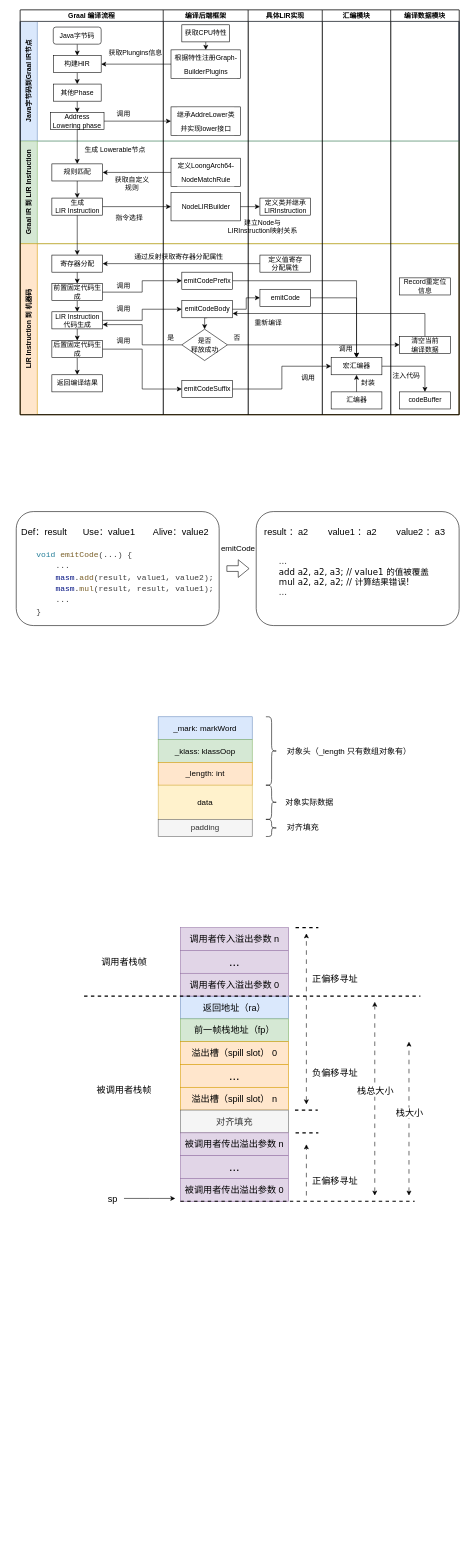
Earlier version of the draw.io diagram GraalCompiler.drawio (f123888/Draw.IO). Source tidied: cells renumbered, new cells numbered last; positions are measured from the earlier drawing's top-left corner, leaving out a move shared by most shapes. Both pictures are drawn from the tidied source at 57%, with x=0, y=0 at pixel (10, 10).
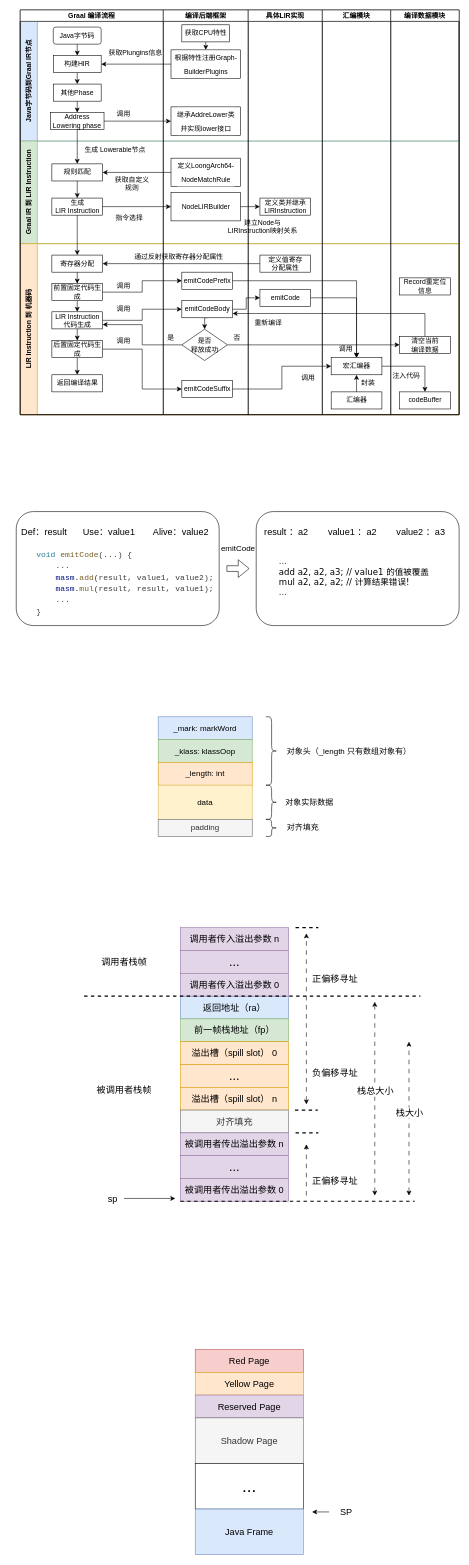
The same page after the edit.

Change to the diagram source:
```diff
@@
+    <mxCell id="138" value="&lt;span style=&quot;font-size: 16px;&quot;&gt;Red Page&lt;/span&gt;" style="rounded=0;whiteSpace=wrap;html=1;fillColor=#f8cecc;strokeColor=#b85450;" parent="1" vertex="1">
+      <mxGeometry x="325" y="2350" width="190" height="40" as="geometry" />
+    </mxCell>
+    <mxCell id="139" value="&lt;span style=&quot;font-size: 16px;&quot;&gt;Yellow Page&lt;/span&gt;" style="rounded=0;whiteSpace=wrap;html=1;fillColor=#ffe6cc;strokeColor=#d79b00;" parent="1" vertex="1">
+      <mxGeometry x="325" y="2390" width="190" height="40" as="geometry" />
+    </mxCell>
+    <mxCell id="140" value="&lt;span style=&quot;font-size: 16px;&quot;&gt;Reserved Page&lt;/span&gt;" style="rounded=0;whiteSpace=wrap;html=1;fillColor=#e1d5e7;strokeColor=#9673a6;" parent="1" vertex="1">
+      <mxGeometry x="325" y="2430" width="190" height="40" as="geometry" />
+    </mxCell>
+    <mxCell id="141" value="&lt;span style=&quot;font-size: 16px;&quot;&gt;Shadow Page&lt;/span&gt;" style="rounded=0;whiteSpace=wrap;html=1;fillColor=#f5f5f5;strokeColor=#666666;fontColor=#333333;" parent="1" vertex="1">
+      <mxGeometry x="325" y="2470" width="190" height="80" as="geometry" />
+    </mxCell>
+    <mxCell id="142" value="&lt;font style=&quot;font-size: 30px;&quot;&gt;...&lt;/font&gt;" style="rounded=0;whiteSpace=wrap;html=1;" parent="1" vertex="1">
+      <mxGeometry x="325" y="2550" width="190" height="80" as="geometry" />
+    </mxCell>
+    <mxCell id="143" value="&lt;span style=&quot;font-size: 16px;&quot;&gt;Java Frame&lt;/span&gt;" style="rounded=0;whiteSpace=wrap;html=1;fillColor=#dae8fc;strokeColor=#6c8ebf;" parent="1" vertex="1">
+      <mxGeometry x="325" y="2630" width="190" height="80" as="geometry" />
+    </mxCell>
+    <mxCell id="144" style="edgeStyle=orthogonalEdgeStyle;rounded=0;jettySize=auto;html=1;" parent="1" edge="1" source="145">
+      <mxGeometry relative="1" as="geometry">
+        <mxPoint x="530" y="2635" as="targetPoint" />
+      </mxGeometry>
+    </mxCell>
+    <mxCell id="145" value="&lt;font style=&quot;font-size: 16px;&quot;&gt;SP&lt;/font&gt;" style="text;html=1;align=center;verticalAlign=middle;whiteSpace=wrap;rounded=0;" parent="1" vertex="1">
+      <mxGeometry x="560" y="2620" width="60" height="30" as="geometry" />
+    </mxCell>
```
